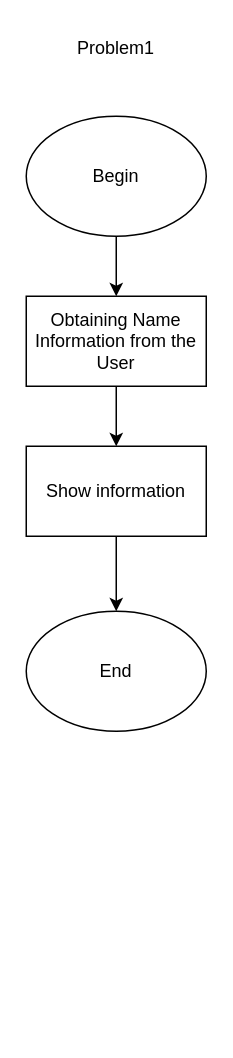
KaXaBlanka/python-assignment keeps this draw.io diagram as Başlıksız Diyagram.drawio. Above is the earlier version. Source tidied: cells renumbered, new cells numbered last; positions are measured from the earlier drawing's top-left corner, leaving out a move shared by most shapes. Both pictures are drawn from the tidied source at 150%, with x=0, y=0 at pixel (26, 26).
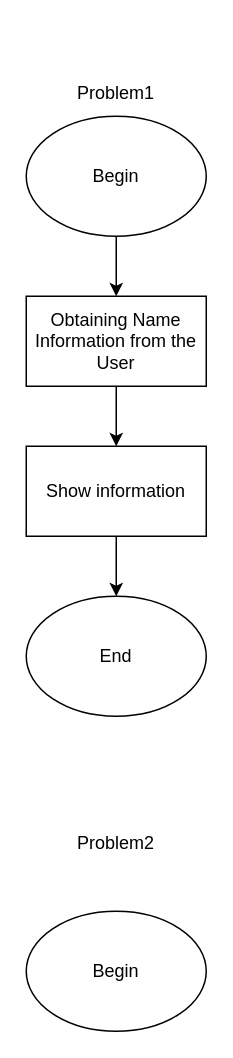
The same diagram, later.

The edit, as a diff of the source:
```diff
@@
 <mxGraphModel>
   <root>
     <mxCell id="0" />
     <mxCell id="1" parent="0" />
     <mxCell id="2" style="edgeStyle=orthogonalEdgeStyle;rounded=0;jettySize=auto;html=1;" parent="1" edge="1" source="3" target="5">
       <mxGeometry relative="1" as="geometry" />
     </mxCell>
     <mxCell id="3" value="Begin" style="ellipse;whiteSpace=wrap;html=1;" parent="1" vertex="1">
       <mxGeometry y="60" width="120" height="80" as="geometry" />
     </mxCell>
     <mxCell id="4" style="edgeStyle=orthogonalEdgeStyle;rounded=0;jettySize=auto;html=1;" parent="1" edge="1" source="5" target="7">
       <mxGeometry relative="1" as="geometry" />
     </mxCell>
     <mxCell id="5" value="Obtaining Name Information from the User" style="whiteSpace=wrap;html=1;" parent="1" vertex="1">
       <mxGeometry y="180" width="120" height="60" as="geometry" />
     </mxCell>
     <mxCell id="6" style="edgeStyle=orthogonalEdgeStyle;rounded=0;jettySize=auto;html=1;" parent="1" edge="1" source="7" target="8">
       <mxGeometry relative="1" as="geometry" />
     </mxCell>
     <mxCell id="7" value="Show information" style="whiteSpace=wrap;html=1;" parent="1" vertex="1">
       <mxGeometry y="280" width="120" height="60" as="geometry" />
     </mxCell>
     <mxCell id="8" value="End" style="ellipse;whiteSpace=wrap;html=1;" parent="1" vertex="1">
-      <mxGeometry y="390" width="120" height="80" as="geometry" />
+      <mxGeometry y="380" width="120" height="80" as="geometry" />
     </mxCell>
     <mxCell id="9" value="Problem1" style="text;html=1;strokeColor=none;fillColor=none;align=center;verticalAlign=middle;whiteSpace=wrap;rounded=0;" parent="1" vertex="1">
-      <mxGeometry x="30" width="60" height="30" as="geometry" />
+      <mxGeometry x="30" y="30" width="60" height="30" as="geometry" />
     </mxCell>
+    <mxCell id="10" value="Problem2" style="text;html=1;strokeColor=none;fillColor=none;align=center;verticalAlign=middle;whiteSpace=wrap;rounded=0;" parent="1" vertex="1">
+      <mxGeometry x="30" y="530" width="60" height="30" as="geometry" />
+    </mxCell>
+    <mxCell id="11" value="Begin" style="ellipse;whiteSpace=wrap;html=1;" parent="1" vertex="1">
+      <mxGeometry y="590" width="120" height="80" as="geometry" />
+    </mxCell>
   </root>
 </mxGraphModel>
```
